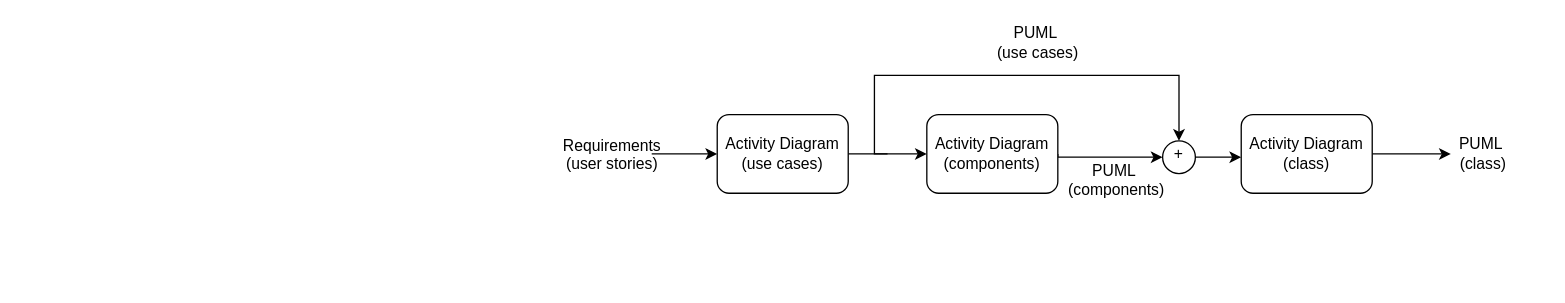
Above: DescricaoAtividadesRealizadas/FormalizacaoDiretrizes/diagBlocos-en.drawio in carloshenriquehannas/TCC (draw.io), before the change. Source tidied: cells renumbered, new cells numbered last; positions are measured from the earlier drawing's top-left corner, leaving out a move shared by most shapes. Both pictures are drawn from the tidied source at 131%, with x=0, y=0 at pixel (572, 22).
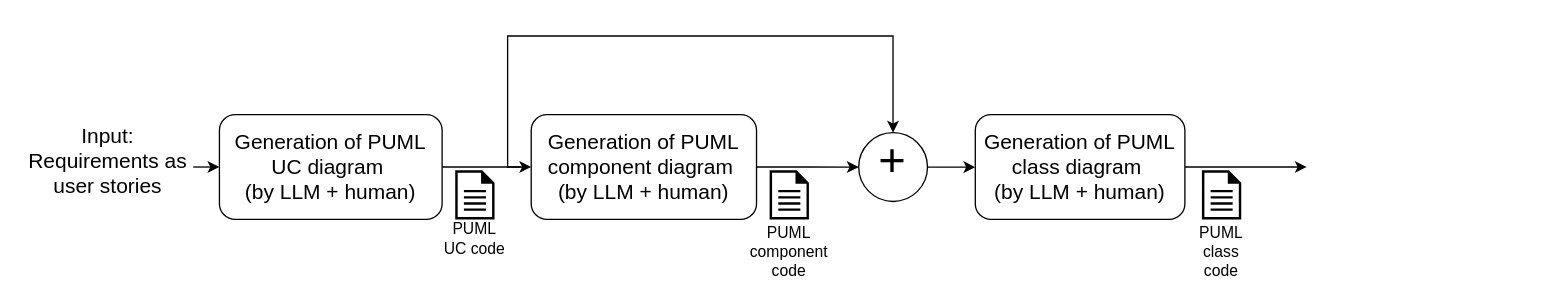
After the change.

Change to the diagram source:
```diff
@@
     <mxCell id="2" style="edgeStyle=orthogonalEdgeStyle;rounded=0;jettySize=auto;html=1;exitX=1;exitY=0.5;exitDx=0;exitDy=0;entryX=0;entryY=0.5;entryDx=0;entryDy=0;" parent="1" edge="1" source="3" target="10">
-      <mxGeometry relative="1" as="geometry">
-        <Array as="points">
-          <mxPoint x="240" y="100" />
-          <mxPoint x="240" y="100" />
-        </Array>
-      </mxGeometry>
+      <mxGeometry relative="1" as="geometry" />
     </mxCell>
-    <mxCell id="3" value="&lt;div&gt;Activity Diagram&lt;/div&gt;&lt;div&gt;(use cases)&lt;/div&gt;" style="rounded=1;whiteSpace=wrap;html=1;" parent="1" vertex="1">
-      <mxGeometry x="110" y="70" width="100" height="60" as="geometry" />
+    <mxCell id="3" value="&lt;div&gt;&lt;font style=&quot;font-size: 16px;&quot;&gt;Generation of PUML UC diagram&amp;nbsp;&lt;/font&gt;&lt;/div&gt;&lt;div&gt;&lt;font size=&quot;3&quot;&gt;(by LLM + human)&lt;/font&gt;&lt;/div&gt;" style="rounded=1;whiteSpace=wrap;html=1;" parent="1" vertex="1">
+      <mxGeometry x="-270" y="70" width="170" height="80" as="geometry" />
     </mxCell>
-    <mxCell id="4" style="edgeStyle=orthogonalEdgeStyle;rounded=0;jettySize=auto;html=1;exitX=1;exitY=0.25;exitDx=0;exitDy=0;entryX=0;entryY=0.5;entryDx=0;entryDy=0;" parent="1" edge="1" source="5" target="3">
+    <mxCell id="4" style="edgeStyle=orthogonalEdgeStyle;rounded=0;jettySize=auto;html=1;exitX=1;exitY=0.5;exitDx=0;exitDy=0;entryX=0;entryY=0.5;entryDx=0;entryDy=0;" parent="1" edge="1" source="5" target="3">
       <mxGeometry relative="1" as="geometry" />
     </mxCell>
-    <mxCell id="5" value="&lt;div align=&quot;center&quot;&gt;Requirements&lt;/div&gt;&lt;div align=&quot;center&quot;&gt;(user stories)&lt;/div&gt;" style="text;whiteSpace=wrap;html=1;align=center;" parent="1" vertex="1">
-      <mxGeometry y="80" width="60" height="80" as="geometry" />
+    <mxCell id="5" value="&lt;div&gt;&lt;font style=&quot;font-size: 16px;&quot;&gt;Input:&lt;/font&gt;&lt;/div&gt;&lt;div align=&quot;center&quot;&gt;&lt;font style=&quot;font-size: 16px;&quot;&gt;Requirements as user stories&lt;/font&gt;&lt;/div&gt;" style="text;whiteSpace=wrap;html=1;align=center;" parent="1" vertex="1">
+      <mxGeometry x="-420" y="70" width="130" height="80" as="geometry" />
     </mxCell>
-    <mxCell id="6" style="edgeStyle=orthogonalEdgeStyle;rounded=0;jettySize=auto;html=1;exitX=0.5;exitY=0;exitDx=0;exitDy=0;endArrow=none;endFill=0;startArrow=classic;startFill=1;" parent="1" edge="1" source="8">
-      <mxGeometry relative="1" as="geometry">
-        <mxPoint x="240" y="100" as="targetPoint" />
-        <Array as="points">
-          <mxPoint x="463" y="40" />
-          <mxPoint x="230" y="40" />
-          <mxPoint x="230" y="100" />
-        </Array>
-      </mxGeometry>
-    </mxCell>
-    <mxCell id="7" style="edgeStyle=orthogonalEdgeStyle;rounded=0;jettySize=auto;html=1;exitX=1;exitY=0.5;exitDx=0;exitDy=0;" parent="1" edge="1" source="8" target="12">
-      <mxGeometry relative="1" as="geometry">
-        <Array as="points">
-          <mxPoint x="500" y="103" />
-          <mxPoint x="500" y="103" />
-        </Array>
-      </mxGeometry>
+    <mxCell id="7" style="edgeStyle=orthogonalEdgeStyle;rounded=0;jettySize=auto;html=1;exitX=1;exitY=0.5;exitDx=0;exitDy=0;entryX=0;entryY=0.5;entryDx=0;entryDy=0;" parent="1" edge="1" source="8" target="12">
+      <mxGeometry relative="1" as="geometry" />
     </mxCell>
     <mxCell id="8" style="ellipse;whiteSpace=wrap;html=1;" parent="1" vertex="1">
-      <mxGeometry x="450" y="90" width="25" height="25" as="geometry" />
+      <mxGeometry x="218" y="83.8" width="52.5" height="52.5" as="geometry" />
     </mxCell>
     <mxCell id="9" style="edgeStyle=orthogonalEdgeStyle;rounded=0;jettySize=auto;html=1;exitX=1;exitY=0.5;exitDx=0;exitDy=0;entryX=0;entryY=0.5;entryDx=0;entryDy=0;" parent="1" edge="1" source="10" target="8">
-      <mxGeometry relative="1" as="geometry">
-        <Array as="points">
-          <mxPoint x="370" y="102" />
-        </Array>
-      </mxGeometry>
+      <mxGeometry relative="1" as="geometry" />
     </mxCell>
-    <mxCell id="10" value="&lt;div&gt;Activity Diagram&lt;/div&gt;&lt;div&gt;(components)&lt;/div&gt;" style="rounded=1;whiteSpace=wrap;html=1;" parent="1" vertex="1">
-      <mxGeometry x="270" y="70" width="100" height="60" as="geometry" />
+    <mxCell id="10" value="&lt;div&gt;&lt;font style=&quot;font-size: 16px;&quot;&gt;Generation of PUML component diagram&amp;nbsp;&lt;/font&gt;&lt;/div&gt;&lt;div&gt;&lt;font size=&quot;3&quot;&gt;(by LLM + human)&lt;/font&gt;&lt;/div&gt;" style="rounded=1;whiteSpace=wrap;html=1;" parent="1" vertex="1">
+      <mxGeometry x="-32" y="70" width="172" height="80" as="geometry" />
     </mxCell>
     <mxCell id="11" style="edgeStyle=orthogonalEdgeStyle;rounded=0;jettySize=auto;html=1;exitX=1;exitY=0.5;exitDx=0;exitDy=0;" parent="1" edge="1" source="12">
       <mxGeometry relative="1" as="geometry">
-        <mxPoint x="670" y="100" as="targetPoint" />
+        <mxPoint x="560" y="110" as="targetPoint" />
       </mxGeometry>
     </mxCell>
-    <mxCell id="12" value="&lt;div&gt;Activity Diagram&lt;/div&gt;&lt;div&gt;(class)&lt;/div&gt;" style="rounded=1;whiteSpace=wrap;html=1;" parent="1" vertex="1">
-      <mxGeometry x="510" y="70" width="100" height="60" as="geometry" />
+    <mxCell id="12" value="&lt;div&gt;&lt;font style=&quot;font-size: 16px;&quot;&gt;Generation of PUML class diagram&amp;nbsp;&lt;/font&gt;&lt;/div&gt;&lt;div&gt;&lt;font size=&quot;3&quot;&gt;(by LLM + human)&lt;/font&gt;&lt;/div&gt;" style="rounded=1;whiteSpace=wrap;html=1;" parent="1" vertex="1">
+      <mxGeometry x="307" y="70" width="160" height="80" as="geometry" />
     </mxCell>
-    <mxCell id="13" value="&lt;div&gt;PUML&amp;nbsp;&lt;/div&gt;&lt;div&gt;(use cases)&lt;/div&gt;" style="text;html=1;whiteSpace=wrap;strokeColor=none;fillColor=none;align=center;verticalAlign=middle;rounded=0;" parent="1" vertex="1">
-      <mxGeometry x="310" width="90" height="30" as="geometry" />
-    </mxCell>
-    <mxCell id="14" value="&lt;div&gt;PUML&amp;nbsp;&lt;/div&gt;&lt;div&gt;(class)&lt;/div&gt;" style="text;html=1;whiteSpace=wrap;strokeColor=none;fillColor=none;align=center;verticalAlign=middle;rounded=0;" parent="1" vertex="1">
-      <mxGeometry x="650" y="85" width="90" height="30" as="geometry" />
-    </mxCell>
-    <mxCell id="15" value="&lt;div&gt;PUML&amp;nbsp;&lt;/div&gt;&lt;div&gt;(components)&lt;/div&gt;" style="text;html=1;whiteSpace=wrap;strokeColor=none;fillColor=none;align=center;verticalAlign=middle;rounded=0;" parent="1" vertex="1">
-      <mxGeometry x="400" y="102.5" width="30" height="35" as="geometry" />
-    </mxCell>
+    <mxCell id="17" style="edgeStyle=orthogonalEdgeStyle;rounded=0;jettySize=auto;html=1;exitX=0.5;exitY=0;exitDx=0;exitDy=0;endArrow=none;endFill=0;startArrow=classic;startFill=1;" parent="1" edge="1" source="16">
+      <mxGeometry relative="1" as="geometry">
+        <mxPoint x="-40" y="110" as="targetPoint" />
+        <Array as="points">
+          <mxPoint x="244" y="10" />
+          <mxPoint x="-50" y="10" />
+          <mxPoint x="-50" y="110" />
+        </Array>
+      </mxGeometry>
+    </mxCell>
-    <mxCell id="16" value="+" style="text;html=1;whiteSpace=wrap;strokeColor=none;fillColor=none;align=center;verticalAlign=middle;rounded=0;" parent="1" vertex="1">
-      <mxGeometry x="450" y="90" width="25" height="20" as="geometry" />
+    <mxCell id="16" value="&lt;font style=&quot;font-size: 36px;&quot;&gt;+&lt;/font&gt;" style="text;html=1;whiteSpace=wrap;strokeColor=none;fillColor=none;align=center;verticalAlign=middle;rounded=0;" parent="1" vertex="1">
+      <mxGeometry x="199.2" y="83.8" width="90" height="40" as="geometry" />
     </mxCell>
+    <mxCell id="18" style="sketch=0;shadow=0;dashed=0;html=1;strokeColor=none;labelPosition=center;verticalLabelPosition=bottom;verticalAlign=top;align=center;fillColor=#000000;shape=mxgraph.mscae.enterprise.document;" parent="1" vertex="1">
+      <mxGeometry x="-90" y="112.5" width="30" height="37.5" as="geometry" />
+    </mxCell>
+    <mxCell id="19" style="sketch=0;shadow=0;dashed=0;html=1;strokeColor=none;labelPosition=center;verticalLabelPosition=bottom;verticalAlign=top;align=center;fillColor=#000000;shape=mxgraph.mscae.enterprise.document;" parent="1" vertex="1">
+      <mxGeometry x="150" y="112.5" width="30" height="37.5" as="geometry" />
+    </mxCell>
+    <mxCell id="20" style="sketch=0;shadow=0;dashed=0;html=1;strokeColor=none;labelPosition=center;verticalLabelPosition=bottom;verticalAlign=top;align=center;fillColor=#000000;shape=mxgraph.mscae.enterprise.document;" parent="1" vertex="1">
+      <mxGeometry x="480" y="112.5" width="30" height="37.5" as="geometry" />
+    </mxCell>
+    <mxCell id="21" value="PUML UC code" style="text;html=1;whiteSpace=wrap;strokeColor=none;fillColor=none;align=center;verticalAlign=middle;rounded=0;" parent="1" vertex="1">
+      <mxGeometry x="-100" y="150" width="50" height="30" as="geometry" />
+    </mxCell>
+    <mxCell id="22" value="PUML component code" style="text;html=1;whiteSpace=wrap;strokeColor=none;fillColor=none;align=center;verticalAlign=middle;rounded=0;" parent="1" vertex="1">
+      <mxGeometry x="140" y="160" width="50" height="30" as="geometry" />
+    </mxCell>
+    <mxCell id="23" value="PUML class code" style="text;html=1;whiteSpace=wrap;strokeColor=none;fillColor=none;align=center;verticalAlign=middle;rounded=0;" parent="1" vertex="1">
+      <mxGeometry x="470" y="160" width="50" height="30" as="geometry" />
+    </mxCell>
```
